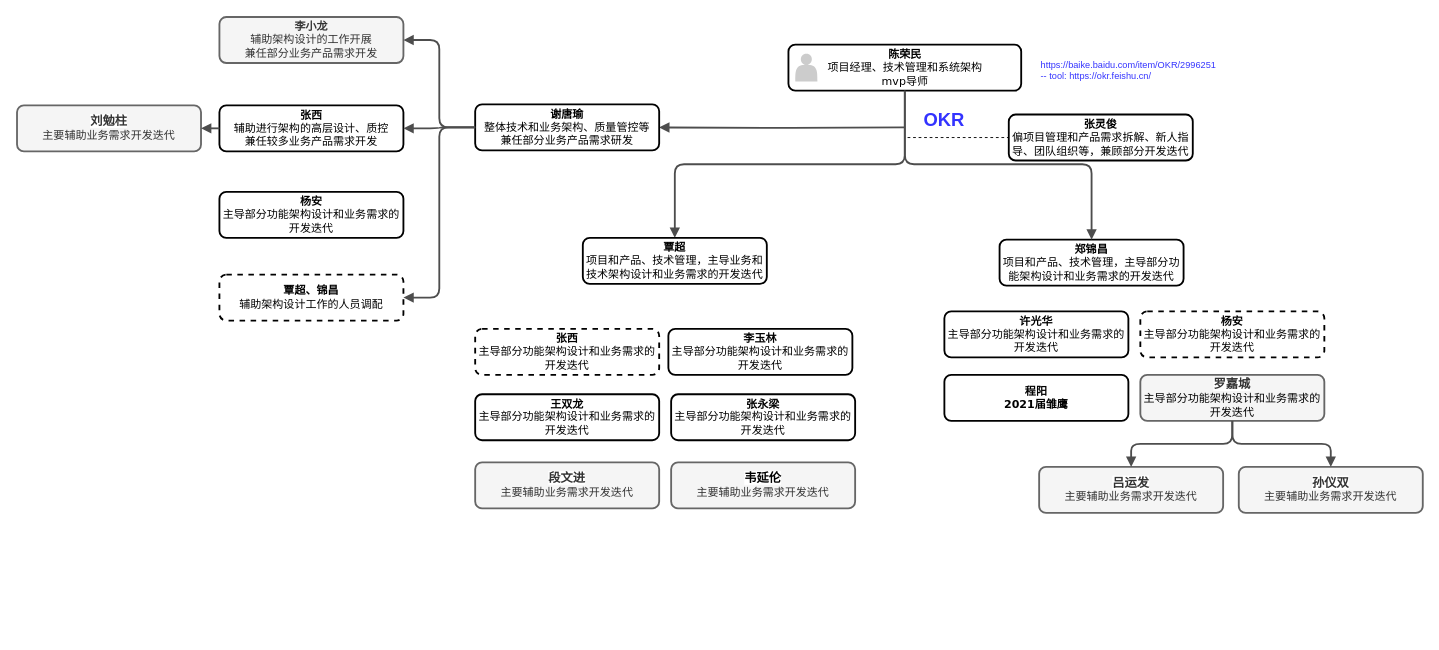
Earlier version of the draw.io diagram tshop/组织架构.drawio (lawplus/diagrams). Source tidied: cells renumbered, new cells numbered last; positions are measured from the earlier drawing's top-left corner, leaving out a move shared by most shapes. Both pictures are drawn from the tidied source at 92%, with x=0, y=0 at pixel (17, 17).
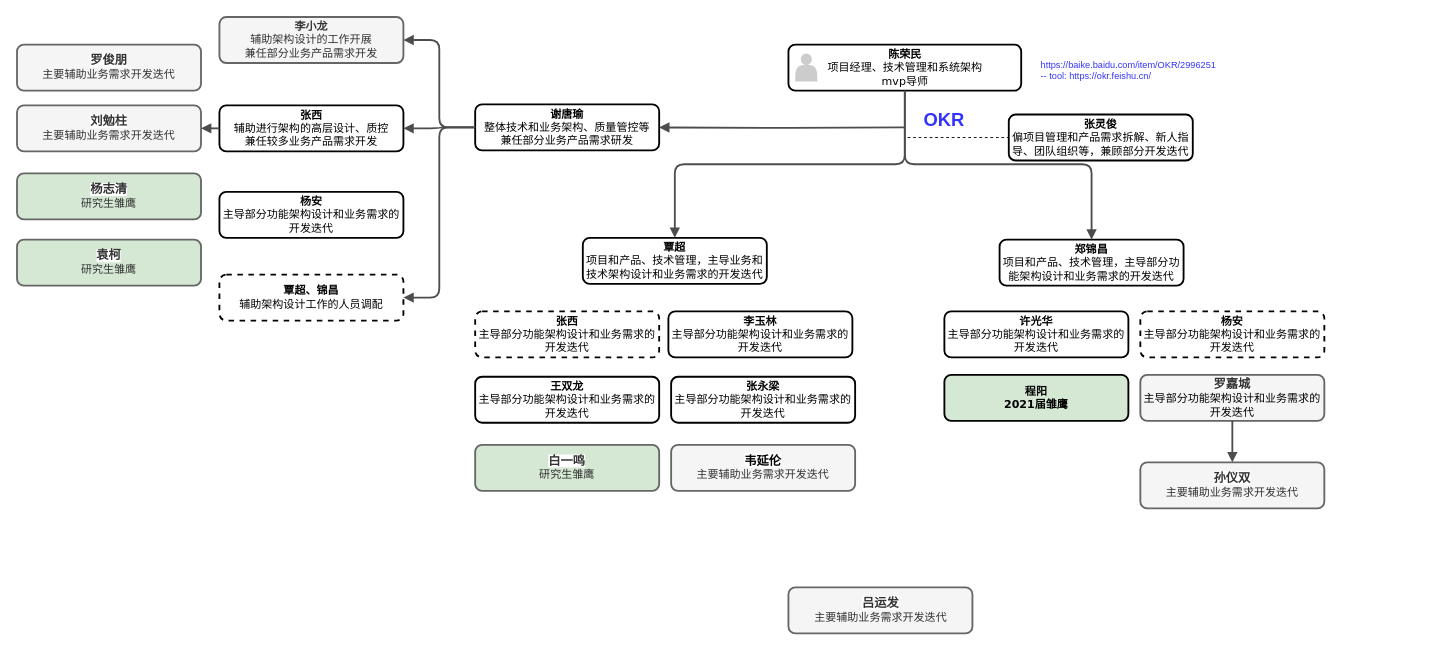
After the change.

The change refers to these unchanged cells:
```xml
<mxCell id="19" value="&lt;div&gt;&lt;font face=&quot;arial&quot;&gt;&lt;span style=&quot;font-size: 13.3333px ; background-color: rgb(255 , 255 , 255)&quot;&gt;罗嘉城&lt;/span&gt;&lt;/font&gt;&lt;/div&gt;&lt;div&gt;&lt;span style=&quot;color: rgb(0 , 0 , 0) ; font-weight: 400&quot;&gt;主导部分功能架构设计和业务需求的开发迭代&lt;/span&gt;&lt;br&gt;&lt;/div&gt;" style="whiteSpace=wrap;html=1;rounded=1;shadow=0;comic=0;strokeWidth=2;fontFamily=Verdana;align=center;fontSize=12;fontStyle=1;fillColor=#f5f5f5;strokeColor=#666666;fontColor=#333333;" parent="1" vertex="1">
  <mxGeometry x="1221" y="389" width="200" height="50" as="geometry" />
</mxCell>
```

What changed in the source:
```diff
@@
-    <mxCell id="12" value="&lt;div&gt;&lt;font face=&quot;arial&quot;&gt;&lt;span style=&quot;font-size: 13.3333px ; background-color: rgb(255 , 255 , 255)&quot;&gt;段文进&lt;/span&gt;&lt;/font&gt;&lt;/div&gt;&lt;div&gt;&lt;span style=&quot;font-weight: normal&quot;&gt;主要辅助业务需求开发迭代&lt;/span&gt;&lt;/div&gt;" style="whiteSpace=wrap;html=1;rounded=1;shadow=0;comic=0;strokeWidth=2;fontFamily=Verdana;align=center;fontSize=12;fontStyle=1;fillColor=#f5f5f5;strokeColor=#666666;fontColor=#333333;" parent="1" vertex="1">
-      <mxGeometry x="498" y="484" width="200" height="50" as="geometry" />
-    </mxCell>
@@
     <mxCell id="14" value="&lt;div&gt;张西&lt;/div&gt;&lt;div&gt;&lt;span style=&quot;font-weight: 400&quot;&gt;主导部分功能架构设计和业务需求的开发迭代&lt;/span&gt;&lt;br&gt;&lt;/div&gt;" style="whiteSpace=wrap;html=1;rounded=1;shadow=0;comic=0;strokeWidth=2;fontFamily=Verdana;align=center;fontSize=12;fontStyle=1;dashed=1;" parent="1" vertex="1">
-      <mxGeometry x="498" y="339" width="200" height="50" as="geometry" />
+      <mxGeometry x="498" y="320" width="200" height="50" as="geometry" />
     </mxCell>
@@
-    <mxCell id="18" value="&lt;div&gt;程阳&lt;/div&gt;&lt;div&gt;2021届雏鹰&lt;/div&gt;" style="whiteSpace=wrap;html=1;rounded=1;shadow=0;comic=0;strokeWidth=2;fontFamily=Verdana;align=center;fontSize=12;fontStyle=1;" parent="1" vertex="1">
+    <mxCell id="18" value="&lt;div&gt;程阳&lt;/div&gt;&lt;div&gt;2021届雏鹰&lt;/div&gt;" style="whiteSpace=wrap;html=1;rounded=1;shadow=0;comic=0;strokeWidth=2;fontFamily=Verdana;align=center;fontSize=12;fontStyle=1;fillColor=#D5E8D4;" parent="1" vertex="1">
       <mxGeometry x="1008" y="389" width="200" height="50" as="geometry" />
     </mxCell>
@@
     <mxCell id="20" value="&lt;div&gt;&lt;font face=&quot;arial&quot;&gt;&lt;span style=&quot;font-size: 13.3333px ; background-color: rgb(255 , 255 , 255)&quot;&gt;吕运发&lt;/span&gt;&lt;/font&gt;&lt;/div&gt;&lt;div&gt;&lt;span style=&quot;font-weight: 400&quot;&gt;主要辅助业务需求开发迭代&lt;/span&gt;&lt;br&gt;&lt;/div&gt;" style="whiteSpace=wrap;html=1;rounded=1;shadow=0;comic=0;strokeWidth=2;fontFamily=Verdana;align=center;fontSize=12;fontStyle=1;fillColor=#f5f5f5;strokeColor=#666666;fontColor=#333333;" parent="1" vertex="1">
-      <mxGeometry x="1111" y="489" width="200" height="50" as="geometry" />
+      <mxGeometry x="838.5" y="620" width="200" height="50" as="geometry" />
     </mxCell>
     <mxCell id="21" value="&lt;div&gt;&lt;font face=&quot;arial&quot;&gt;&lt;span style=&quot;font-size: 13.3333px ; background-color: rgb(255 , 255 , 255)&quot;&gt;孙仪双&lt;/span&gt;&lt;/font&gt;&lt;/div&gt;&lt;div&gt;&lt;span style=&quot;font-weight: 400&quot;&gt;主要辅助业务需求开发迭代&lt;/span&gt;&lt;br&gt;&lt;/div&gt;" style="whiteSpace=wrap;html=1;rounded=1;shadow=0;comic=0;strokeWidth=2;fontFamily=Verdana;align=center;fontSize=12;fontStyle=1;fillColor=#f5f5f5;strokeColor=#666666;fontColor=#333333;" parent="1" vertex="1">
-      <mxGeometry x="1328" y="489" width="200" height="50" as="geometry" />
+      <mxGeometry x="1221" y="484" width="200" height="50" as="geometry" />
     </mxCell>
     <mxCell id="22" value="&lt;div&gt;王双龙&lt;/div&gt;&lt;div&gt;&lt;span style=&quot;font-weight: 400&quot;&gt;主导部分功能架构设计和业务需求的开发迭代&lt;/span&gt;&lt;br&gt;&lt;/div&gt;" style="whiteSpace=wrap;html=1;rounded=1;shadow=0;comic=0;strokeWidth=2;fontFamily=Verdana;align=center;fontSize=12;fontStyle=1;" parent="1" vertex="1">
-      <mxGeometry x="498" y="410" width="200" height="50" as="geometry" />
+      <mxGeometry x="498" y="391" width="200" height="50" as="geometry" />
     </mxCell>
     <mxCell id="23" value="&lt;div&gt;&lt;span style=&quot;color: rgb(0 , 0 , 0) ; font-family: &amp;#34;arial&amp;#34; ; font-size: 13.3333px ; background-color: rgb(255 , 255 , 255)&quot;&gt;韦延伦&lt;/span&gt;&lt;br&gt;&lt;/div&gt;&lt;div&gt;&lt;span style=&quot;font-weight: normal&quot;&gt;主要辅助业务需求开发迭代&lt;/span&gt;&lt;/div&gt;" style="whiteSpace=wrap;html=1;rounded=1;shadow=0;comic=0;strokeWidth=2;fontFamily=Verdana;align=center;fontSize=12;fontStyle=1;fillColor=#f5f5f5;strokeColor=#666666;fontColor=#333333;" parent="1" vertex="1">
-      <mxGeometry x="711" y="484" width="200" height="50" as="geometry" />
+      <mxGeometry x="711" y="465" width="200" height="50" as="geometry" />
     </mxCell>
     <mxCell id="24" value="&lt;div&gt;张永梁&lt;br&gt;&lt;/div&gt;&lt;div&gt;&lt;span style=&quot;font-weight: 400&quot;&gt;主导部分功能架构设计和业务需求的开发迭代&lt;/span&gt;&lt;br&gt;&lt;/div&gt;" style="whiteSpace=wrap;html=1;rounded=1;shadow=0;comic=0;strokeWidth=2;fontFamily=Verdana;align=center;fontSize=12;fontStyle=1;" parent="1" vertex="1">
-      <mxGeometry x="711" y="410" width="200" height="50" as="geometry" />
+      <mxGeometry x="711" y="391" width="200" height="50" as="geometry" />
     </mxCell>
     <mxCell id="25" value="&lt;div&gt;李玉林&lt;br&gt;&lt;/div&gt;&lt;div&gt;&lt;span style=&quot;font-weight: 400&quot;&gt;主导部分功能架构设计和业务需求的开发迭代&lt;/span&gt;&lt;br&gt;&lt;/div&gt;" style="whiteSpace=wrap;html=1;rounded=1;shadow=0;comic=0;strokeWidth=2;fontFamily=Verdana;align=center;fontSize=12;fontStyle=1;" parent="1" vertex="1">
-      <mxGeometry x="708" y="339" width="200" height="50" as="geometry" />
+      <mxGeometry x="708" y="320" width="200" height="50" as="geometry" />
     </mxCell>
@@
-    <mxCell id="30" style="edgeStyle=orthogonalEdgeStyle;rounded=1;html=1;labelBackgroundColor=none;endArrow=block;endFill=1;strokeColor=#4D4D4D;strokeWidth=2;fontFamily=Verdana;fontSize=12;fontStyle=1;entryX=0.5;entryY=0;entryDx=0;entryDy=0;exitX=0.5;exitY=1;exitDx=0;exitDy=0;" parent="1" edge="1" source="19" target="20">
-      <mxGeometry relative="1" as="geometry">
-        <Array as="points">
-          <mxPoint x="1321" y="464" />
-          <mxPoint x="1211" y="464" />
-        </Array>
-      </mxGeometry>
-    </mxCell>
@@
+    <mxCell id="37" value="&lt;div&gt;&lt;span style=&quot;text-align: left ; background-color: rgb(255 , 255 , 255)&quot;&gt;&lt;font face=&quot;arial&quot;&gt;&lt;span style=&quot;font-size: 13.3333px&quot;&gt;杨志清&lt;/span&gt;&lt;/font&gt;&lt;/span&gt;&lt;br&gt;&lt;/div&gt;&lt;div&gt;&lt;span style=&quot;font-weight: normal&quot;&gt;研究生雏鹰&lt;/span&gt;&lt;/div&gt;" style="whiteSpace=wrap;html=1;rounded=1;shadow=0;comic=0;strokeWidth=2;fontFamily=Verdana;align=center;fontSize=12;fontStyle=1;fillColor=#D5E8D4;strokeColor=#666666;fontColor=#333333;" parent="1" vertex="1">
+      <mxGeometry y="170" width="200" height="50" as="geometry" />
+    </mxCell>
+    <mxCell id="38" value="&lt;div&gt;&lt;span style=&quot;text-align: left ; background-color: rgb(255 , 255 , 255)&quot;&gt;&lt;font face=&quot;arial&quot;&gt;&lt;span style=&quot;font-size: 13.3333px&quot;&gt;白一鸣&lt;/span&gt;&lt;/font&gt;&lt;/span&gt;&lt;br&gt;&lt;/div&gt;&lt;div&gt;&lt;span style=&quot;font-weight: normal&quot;&gt;研究生雏鹰&lt;/span&gt;&lt;/div&gt;" style="whiteSpace=wrap;html=1;rounded=1;shadow=0;comic=0;strokeWidth=2;fontFamily=Verdana;align=center;fontSize=12;fontStyle=1;fillColor=#D5E8D4;strokeColor=#666666;fontColor=#333333;" parent="1" vertex="1">
+      <mxGeometry x="498" y="465" width="200" height="50" as="geometry" />
+    </mxCell>
+    <mxCell id="39" value="&lt;div&gt;&lt;span style=&quot;text-align: left ; background-color: rgb(255 , 255 , 255)&quot;&gt;&lt;font face=&quot;arial&quot;&gt;&lt;span style=&quot;font-size: 13.3333px&quot;&gt;袁柯&lt;/span&gt;&lt;/font&gt;&lt;/span&gt;&lt;br&gt;&lt;/div&gt;&lt;div&gt;&lt;span style=&quot;font-weight: normal&quot;&gt;研究生雏鹰&lt;/span&gt;&lt;/div&gt;" style="whiteSpace=wrap;html=1;rounded=1;shadow=0;comic=0;strokeWidth=2;fontFamily=Verdana;align=center;fontSize=12;fontStyle=1;fillColor=#D5E8D4;strokeColor=#666666;fontColor=#333333;" parent="1" vertex="1">
+      <mxGeometry y="242" width="200" height="50" as="geometry" />
+    </mxCell>
+    <mxCell id="40" value="&lt;div&gt;&lt;span style=&quot;font-family: &amp;#34;arial&amp;#34; ; font-size: 13.3333px ; text-align: left ; background-color: rgb(255 , 255 , 255)&quot;&gt;罗俊朋&lt;/span&gt;&lt;br&gt;&lt;/div&gt;&lt;div&gt;&lt;span style=&quot;font-weight: normal&quot;&gt;主要辅助业务需求开发迭代&lt;/span&gt;&lt;/div&gt;" style="whiteSpace=wrap;html=1;rounded=1;shadow=0;comic=0;strokeWidth=2;fontFamily=Verdana;align=center;fontSize=12;fontStyle=1;fillColor=#f5f5f5;strokeColor=#666666;fontColor=#333333;" parent="1" vertex="1">
+      <mxGeometry y="30" width="200" height="50" as="geometry" />
+    </mxCell>
```
